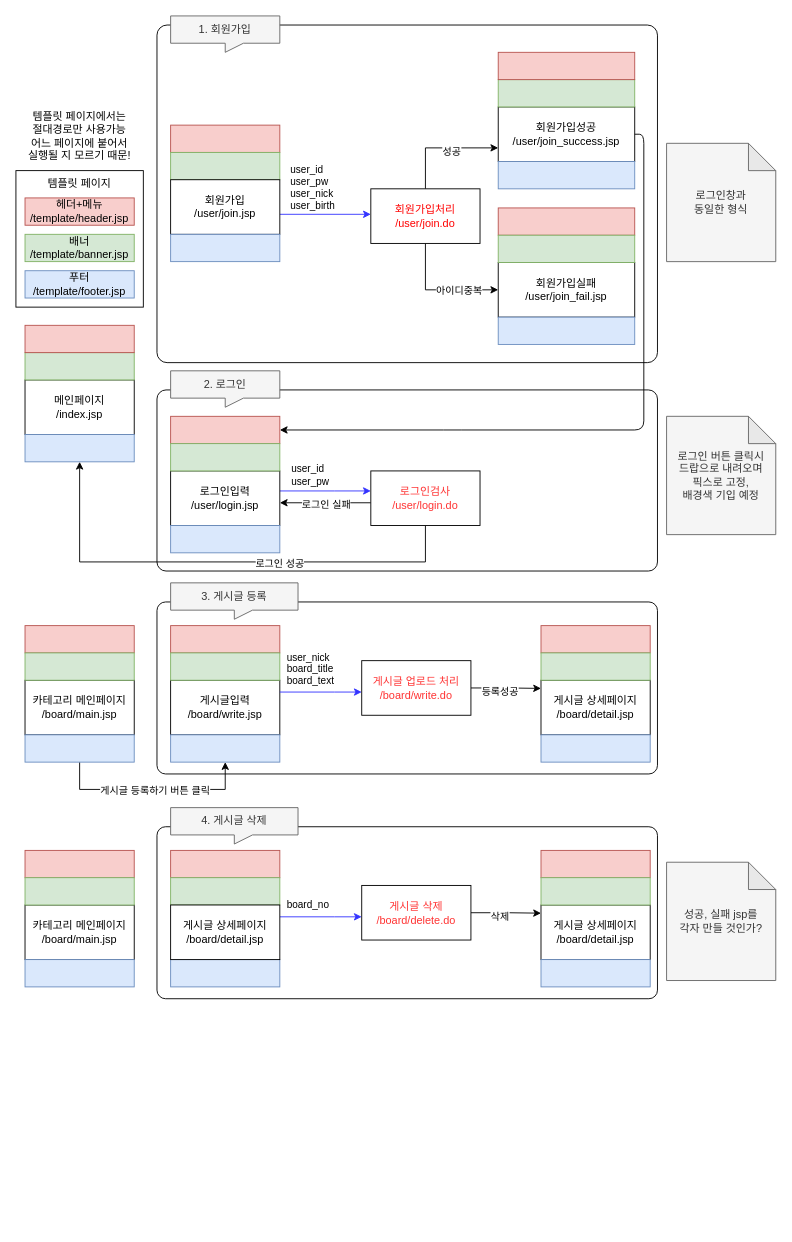
Before: Untitled Diagram.drawio in chae0591/kh4semi, a draw.io diagram. Source tidied: cells renumbered, new cells numbered last; positions are measured from the earlier drawing's top-left corner, leaving out a move shared by most shapes. Both pictures are drawn from the tidied source at 91%, with x=0, y=0 at pixel (15, 15).
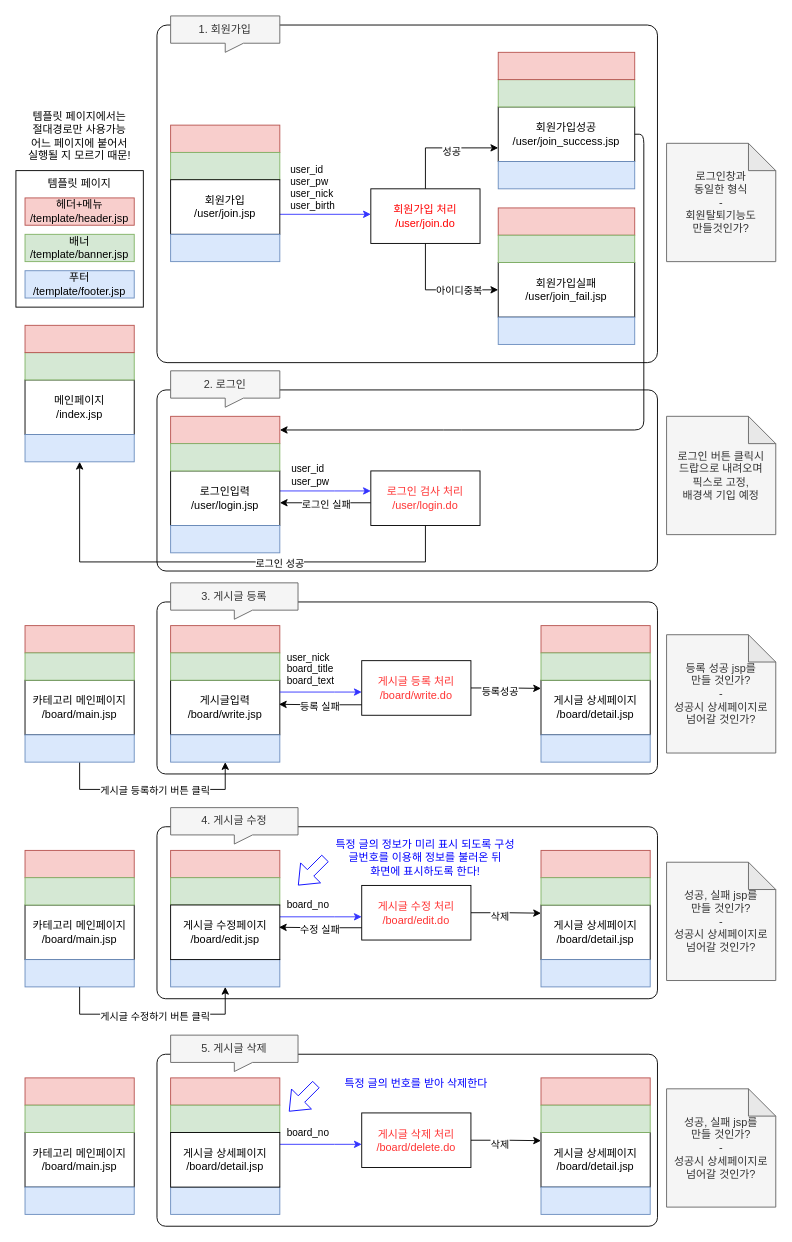
The same page after the edit.

The edit, as a diff of the source:
```diff
@@
-    <mxCell id="19" value="회원가입처리&lt;br&gt;/user/join.do" style="rounded=0;whiteSpace=wrap;html=1;fontColor=#FF0000;" parent="1" vertex="1">
+    <mxCell id="19" value="회원가입 처리&lt;br&gt;/user/join.do" style="rounded=0;whiteSpace=wrap;html=1;fontColor=#FF0000;" parent="1" vertex="1">
       <mxGeometry x="390" y="190" width="120" height="60" as="geometry" />
     </mxCell>
@@
-    <mxCell id="35" value="로그인검사&lt;br&gt;/user/login.do" style="rounded=0;whiteSpace=wrap;html=1;fontColor=#FF3333;" parent="1" vertex="1">
+    <mxCell id="35" value="로그인 검사 처리&lt;br&gt;/user/login.do" style="rounded=0;whiteSpace=wrap;html=1;fontColor=#FF3333;" parent="1" vertex="1">
       <mxGeometry x="390" y="500" width="120" height="60" as="geometry" />
     </mxCell>
@@
-    <mxCell id="55" value="게시글 업로드 처리&lt;br&gt;/board/write.do" style="rounded=0;whiteSpace=wrap;html=1;fontColor=#FF3333;" parent="1" vertex="1">
+    <mxCell id="55" value="게시글 등록 처리&lt;br&gt;/board/write.do" style="rounded=0;whiteSpace=wrap;html=1;fontColor=#FF3333;" parent="1" vertex="1">
       <mxGeometry x="380" y="708.5" width="120" height="60" as="geometry" />
     </mxCell>
@@
-    <mxCell id="69" value="로그인창과 &lt;br&gt;동일한 형식" style="shape=note;whiteSpace=wrap;html=1;backgroundOutline=1;darkOpacity=0.05;align=center;fillColor=#f5f5f5;strokeColor=#666666;fontColor=#333333;" parent="1" vertex="1">
+    <mxCell id="69" value="로그인창과 &lt;br&gt;동일한 형식&lt;br&gt;-&lt;br&gt;회원탈퇴기능도&lt;br&gt;만들것인가?" style="shape=note;whiteSpace=wrap;html=1;backgroundOutline=1;darkOpacity=0.05;align=center;fillColor=#f5f5f5;strokeColor=#666666;fontColor=#333333;" parent="1" vertex="1">
       <mxGeometry x="715" y="140" width="120" height="130" as="geometry" />
     </mxCell>
@@
-    <mxCell id="71" value="4. 게시글 삭제" style="shape=callout;whiteSpace=wrap;html=1;perimeter=calloutPerimeter;align=center;fillColor=#f5f5f5;strokeColor=#666666;fontColor=#333333;position2=0.5;size=10;position=0.5;" parent="1" vertex="1">
+    <mxCell id="71" value="4. 게시글 수정" style="shape=callout;whiteSpace=wrap;html=1;perimeter=calloutPerimeter;align=center;fillColor=#f5f5f5;strokeColor=#666666;fontColor=#333333;position2=0.5;size=10;position=0.5;" parent="1" vertex="1">
       <mxGeometry x="170" y="870" width="140" height="40" as="geometry" />
     </mxCell>
@@
-    <mxCell id="77" value="게시글 삭제&lt;br&gt;/board/delete.do" style="rounded=0;whiteSpace=wrap;html=1;fontColor=#FF3333;" parent="1" vertex="1">
+    <mxCell id="77" value="게시글 수정 처리&lt;br&gt;/board/edit.do" style="rounded=0;whiteSpace=wrap;html=1;fontColor=#FF3333;" parent="1" vertex="1">
       <mxGeometry x="380" y="955.5" width="120" height="60" as="geometry" />
     </mxCell>
@@
-    <mxCell id="88" value="게시글 상세페이지&lt;br&gt;/board/detail.jsp" style="rounded=0;whiteSpace=wrap;html=1;" parent="1" vertex="1">
+    <mxCell id="88" value="게시글 수정페이지&lt;br&gt;/board/edit.jsp" style="rounded=0;whiteSpace=wrap;html=1;" parent="1" vertex="1">
       <mxGeometry x="170" y="977" width="120" height="60" as="geometry" />
     </mxCell>
-    <mxCell id="89" value="성공, 실패 jsp를&lt;br&gt;각자 만들 것인가?" style="shape=note;whiteSpace=wrap;html=1;backgroundOutline=1;darkOpacity=0.05;align=center;fillColor=#f5f5f5;strokeColor=#666666;fontColor=#333333;" parent="1" vertex="1">
+    <mxCell id="89" value="성공, 실패 jsp를&lt;br&gt;만들 것인가?&lt;br&gt;-&lt;br&gt;성공시 상세페이지로&lt;br&gt;넘어갈 것인가?" style="shape=note;whiteSpace=wrap;html=1;backgroundOutline=1;darkOpacity=0.05;align=center;fillColor=#f5f5f5;strokeColor=#666666;fontColor=#333333;" parent="1" vertex="1">
       <mxGeometry x="715" y="930" width="120" height="130" as="geometry" />
     </mxCell>
+    <mxCell id="90" value="등록 성공 jsp를&lt;br&gt;만들 것인가?&lt;br&gt;-&lt;br&gt;성공시 상세페이지로&lt;br&gt;넘어갈 것인가?" style="shape=note;whiteSpace=wrap;html=1;backgroundOutline=1;darkOpacity=0.05;align=center;fillColor=#f5f5f5;strokeColor=#666666;fontColor=#333333;" parent="1" vertex="1">
+      <mxGeometry x="715" y="680" width="120" height="130" as="geometry" />
+    </mxCell>
+    <mxCell id="91" style="rounded=1;whiteSpace=wrap;html=1;strokeColor=#000000;fontColor=#000000;align=left;arcSize=5;" parent="1" vertex="1">
+      <mxGeometry x="155" y="1141" width="550" height="189" as="geometry" />
+    </mxCell>
+    <mxCell id="92" value="5. 게시글 삭제" style="shape=callout;whiteSpace=wrap;html=1;perimeter=calloutPerimeter;align=center;fillColor=#f5f5f5;strokeColor=#666666;fontColor=#333333;position2=0.5;size=10;position=0.5;" parent="1" vertex="1">
+      <mxGeometry x="170" y="1120" width="140" height="40" as="geometry" />
+    </mxCell>
+    <mxCell id="93" style="rounded=0;whiteSpace=wrap;html=1;fillColor=#f8cecc;strokeColor=#b85450;" parent="1" vertex="1">
+      <mxGeometry x="170" y="1167" width="120" height="30" as="geometry" />
+    </mxCell>
+    <mxCell id="94" style="rounded=0;whiteSpace=wrap;html=1;fillColor=#dae8fc;strokeColor=#6c8ebf;" parent="1" vertex="1">
+      <mxGeometry x="170" y="1287" width="120" height="30" as="geometry" />
+    </mxCell>
+    <mxCell id="95" style="rounded=0;whiteSpace=wrap;html=1;fillColor=#d5e8d4;strokeColor=#82b366;" parent="1" vertex="1">
+      <mxGeometry x="170" y="1197" width="120" height="30" as="geometry" />
+    </mxCell>
+    <mxCell id="96" style="edgeStyle=orthogonalEdgeStyle;rounded=0;jettySize=auto;html=1;exitX=1;exitY=0.5;exitDx=0;exitDy=0;entryX=0;entryY=0.15;entryDx=0;entryDy=0;entryPerimeter=0;" parent="1" edge="1" source="98" target="102">
+      <mxGeometry relative="1" as="geometry">
+        <Array as="points">
+          <mxPoint x="540" y="1236" />
+          <mxPoint x="540" y="1236" />
+        </Array>
+      </mxGeometry>
+    </mxCell>
+    <mxCell id="97" value="삭제" style="edgeLabel;html=1;align=center;verticalAlign=middle;" parent="96" vertex="1">
+      <mxGeometry x="-0.2" y="-4" relative="1" as="geometry" />
+    </mxCell>
+    <mxCell id="98" value="게시글 삭제 처리&lt;br&gt;/board/delete.do" style="rounded=0;whiteSpace=wrap;html=1;fontColor=#FF3333;" parent="1" vertex="1">
+      <mxGeometry x="380" y="1205.5" width="120" height="60" as="geometry" />
+    </mxCell>
+    <mxCell id="99" style="edgeStyle=orthogonalEdgeStyle;rounded=0;orthogonalLoop=1;jettySize=auto;html=1;strokeColor=#3333FF;" parent="1" edge="1">
+      <mxGeometry relative="1" as="geometry">
+        <mxPoint x="290" y="1240" as="sourcePoint" />
+        <mxPoint x="380" y="1240" as="targetPoint" />
+        <Array as="points">
+          <mxPoint x="350" y="1240" />
+          <mxPoint x="350" y="1240" />
+        </Array>
+      </mxGeometry>
+    </mxCell>
+    <mxCell id="100" value="board_no" style="edgeLabel;html=1;align=left;verticalAlign=middle;" parent="99" vertex="1">
+      <mxGeometry x="-0.19" y="-1" relative="1" as="geometry">
+        <mxPoint x="-30" y="-15" as="offset" />
+      </mxGeometry>
+    </mxCell>
+    <mxCell id="101" style="rounded=0;whiteSpace=wrap;html=1;fillColor=#f8cecc;strokeColor=#b85450;" parent="1" vertex="1">
+      <mxGeometry x="577" y="1167" width="120" height="30" as="geometry" />
+    </mxCell>
+    <mxCell id="102" value="게시글 상세페이지&lt;br&gt;/board/detail.jsp" style="rounded=0;whiteSpace=wrap;html=1;" parent="1" vertex="1">
+      <mxGeometry x="577" y="1227" width="120" height="60" as="geometry" />
+    </mxCell>
+    <mxCell id="103" style="rounded=0;whiteSpace=wrap;html=1;fillColor=#dae8fc;strokeColor=#6c8ebf;" parent="1" vertex="1">
+      <mxGeometry x="577" y="1287" width="120" height="30" as="geometry" />
+    </mxCell>
+    <mxCell id="104" style="rounded=0;whiteSpace=wrap;html=1;fillColor=#d5e8d4;strokeColor=#82b366;" parent="1" vertex="1">
+      <mxGeometry x="577" y="1197" width="120" height="30" as="geometry" />
+    </mxCell>
+    <mxCell id="105" style="rounded=0;whiteSpace=wrap;html=1;fillColor=#f8cecc;strokeColor=#b85450;" parent="1" vertex="1">
+      <mxGeometry x="10" y="1167" width="120" height="30" as="geometry" />
+    </mxCell>
+    <mxCell id="106" value="카테고리 메인페이지&lt;br&gt;/board/main.jsp" style="rounded=0;whiteSpace=wrap;html=1;" parent="1" vertex="1">
+      <mxGeometry x="10" y="1227" width="120" height="60" as="geometry" />
+    </mxCell>
+    <mxCell id="107" style="rounded=0;whiteSpace=wrap;html=1;fillColor=#dae8fc;strokeColor=#6c8ebf;" parent="1" vertex="1">
+      <mxGeometry x="10" y="1287" width="120" height="30" as="geometry" />
+    </mxCell>
+    <mxCell id="108" style="rounded=0;whiteSpace=wrap;html=1;fillColor=#d5e8d4;strokeColor=#82b366;" parent="1" vertex="1">
+      <mxGeometry x="10" y="1197" width="120" height="30" as="geometry" />
+    </mxCell>
+    <mxCell id="109" value="게시글 상세페이지&lt;br&gt;/board/detail.jsp" style="rounded=0;whiteSpace=wrap;html=1;" parent="1" vertex="1">
+      <mxGeometry x="170" y="1227" width="120" height="60" as="geometry" />
+    </mxCell>
+    <mxCell id="110" value="성공, 실패 jsp를&lt;br&gt;만들 것인가?&lt;br&gt;-&lt;br&gt;성공시 상세페이지로&lt;br&gt;넘어갈 것인가?" style="shape=note;whiteSpace=wrap;html=1;backgroundOutline=1;darkOpacity=0.05;align=center;fillColor=#f5f5f5;strokeColor=#666666;fontColor=#333333;" parent="1" vertex="1">
+      <mxGeometry x="715" y="1179" width="120" height="130" as="geometry" />
+    </mxCell>
+    <mxCell id="111" style="edgeStyle=orthogonalEdgeStyle;rounded=0;orthogonalLoop=1;jettySize=auto;html=1;exitX=0.5;exitY=1;exitDx=0;exitDy=0;entryX=0.5;entryY=1;entryDx=0;entryDy=0;" parent="1" edge="1">
+      <mxGeometry relative="1" as="geometry">
+        <mxPoint x="70" y="1067" as="sourcePoint" />
+        <mxPoint x="230" y="1067" as="targetPoint" />
+        <Array as="points">
+          <mxPoint x="70" y="1097" />
+          <mxPoint x="230" y="1097" />
+        </Array>
+      </mxGeometry>
+    </mxCell>
+    <mxCell id="112" value="게시글 수정하기 버튼 클릭" style="edgeLabel;html=1;align=center;verticalAlign=middle;" parent="111" vertex="1">
+      <mxGeometry x="-0.27" y="-1" relative="1" as="geometry">
+        <mxPoint x="32" y="1" as="offset" />
+      </mxGeometry>
+    </mxCell>
+    <mxCell id="113" style="edgeStyle=orthogonalEdgeStyle;rounded=0;orthogonalLoop=1;jettySize=auto;html=1;entryX=1;entryY=0.5;entryDx=0;entryDy=0;" parent="1" edge="1">
+      <mxGeometry relative="1" as="geometry">
+        <mxPoint x="380" y="757" as="sourcePoint" />
+        <mxPoint x="289" y="756.5" as="targetPoint" />
+        <Array as="points">
+          <mxPoint x="335" y="757" />
+        </Array>
+      </mxGeometry>
+    </mxCell>
+    <mxCell id="114" value="등록 실패" style="edgeLabel;html=1;align=center;verticalAlign=middle;" parent="113" vertex="1">
+      <mxGeometry x="-0.28" y="2" relative="1" as="geometry">
+        <mxPoint x="-14" y="-1" as="offset" />
+      </mxGeometry>
+    </mxCell>
+    <mxCell id="115" style="edgeStyle=orthogonalEdgeStyle;rounded=0;orthogonalLoop=1;jettySize=auto;html=1;entryX=1;entryY=0.5;entryDx=0;entryDy=0;" parent="1" edge="1">
+      <mxGeometry relative="1" as="geometry">
+        <mxPoint x="380" y="1002" as="sourcePoint" />
+        <mxPoint x="289" y="1001.5" as="targetPoint" />
+        <Array as="points">
+          <mxPoint x="335" y="1002" />
+        </Array>
+      </mxGeometry>
+    </mxCell>
+    <mxCell id="116" value="수정 실패" style="edgeLabel;html=1;align=center;verticalAlign=middle;" parent="115" vertex="1">
+      <mxGeometry x="-0.28" y="2" relative="1" as="geometry">
+        <mxPoint x="-14" y="-1" as="offset" />
+      </mxGeometry>
+    </mxCell>
+    <mxCell id="117" value="특정 글의 정보가 미리 표시 되도록 구성&lt;br&gt;글번호를 이용해 정보를 불러온 뒤&lt;br&gt;화면에 표시하도록 한다!" style="text;html=1;strokeColor=none;fillColor=none;align=center;verticalAlign=middle;whiteSpace=wrap;rounded=0;fontStyle=0;fontColor=#0000FF;" parent="1" vertex="1">
+      <mxGeometry x="340" y="893" width="220" height="64" as="geometry" />
+    </mxCell>
+    <mxCell id="118" style="shape=flexArrow;endArrow=classic;html=1;fontColor=#0000FF;strokeColor=#0000FF;" parent="1" edge="1">
+      <mxGeometry relative="1" as="geometry">
+        <mxPoint x="340" y="925.5" as="sourcePoint" />
+        <mxPoint x="310" y="955.5" as="targetPoint" />
+      </mxGeometry>
+    </mxCell>
+    <mxCell id="119" value="특정 글의 번호를 받아 삭제한다" style="text;html=1;strokeColor=none;fillColor=none;align=center;verticalAlign=middle;whiteSpace=wrap;rounded=0;fontStyle=0;fontColor=#0000FF;" parent="1" vertex="1">
+      <mxGeometry x="345" y="1160" width="190" height="28.5" as="geometry" />
+    </mxCell>
+    <mxCell id="120" style="shape=flexArrow;endArrow=classic;html=1;fontColor=#0000FF;strokeColor=#0000FF;" parent="1" edge="1">
+      <mxGeometry relative="1" as="geometry">
+        <mxPoint x="330" y="1174" as="sourcePoint" />
+        <mxPoint x="300" y="1204" as="targetPoint" />
+      </mxGeometry>
+    </mxCell>
```
